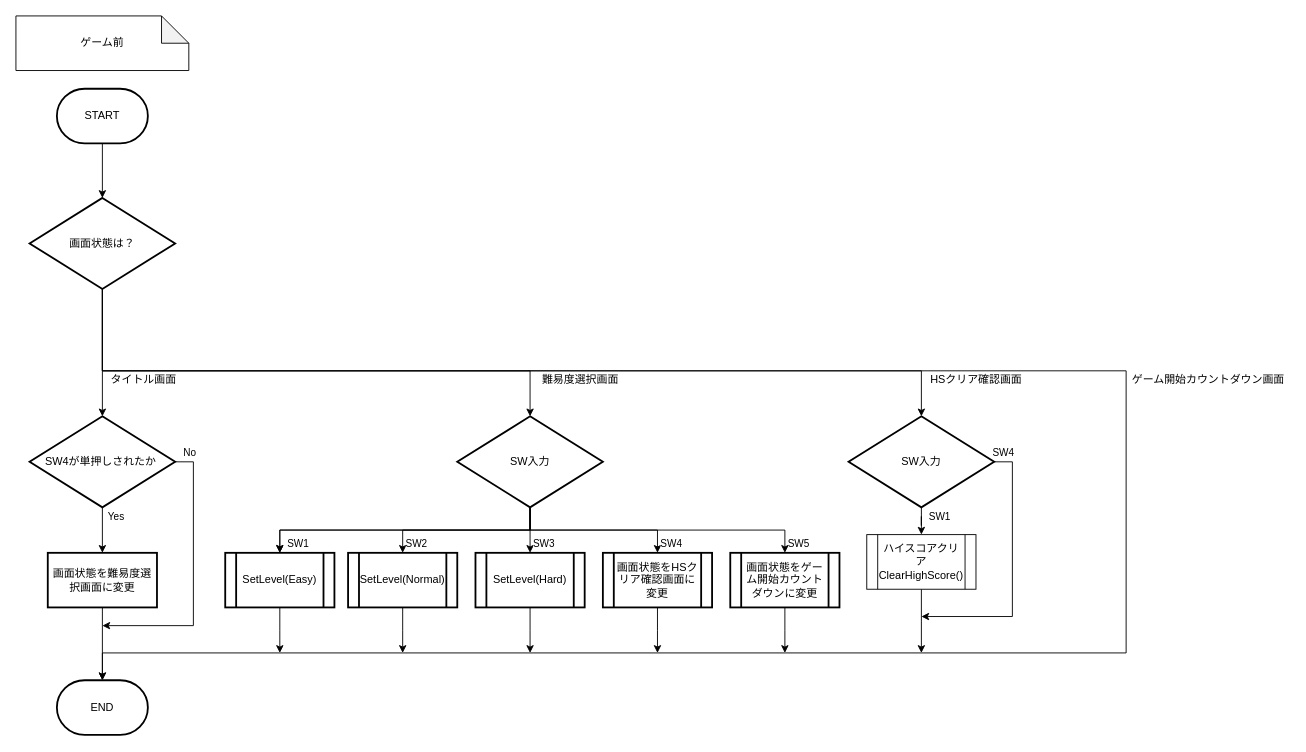
Earlier version of the draw.io diagram page "ゲーム前" (2 of 2) of 資料/設計書/フローチャート/モグラ叩き_フローチャート_ゲーム前.drawio (hakohumi/comp.train.whack-a-mole). Source tidied: cells renumbered, new cells numbered last; positions are measured from the earlier drawing's top-left corner, leaving out a move shared by most shapes. Both pictures are drawn from the tidied source at 91%, with x=0, y=0 at pixel (15, 15).
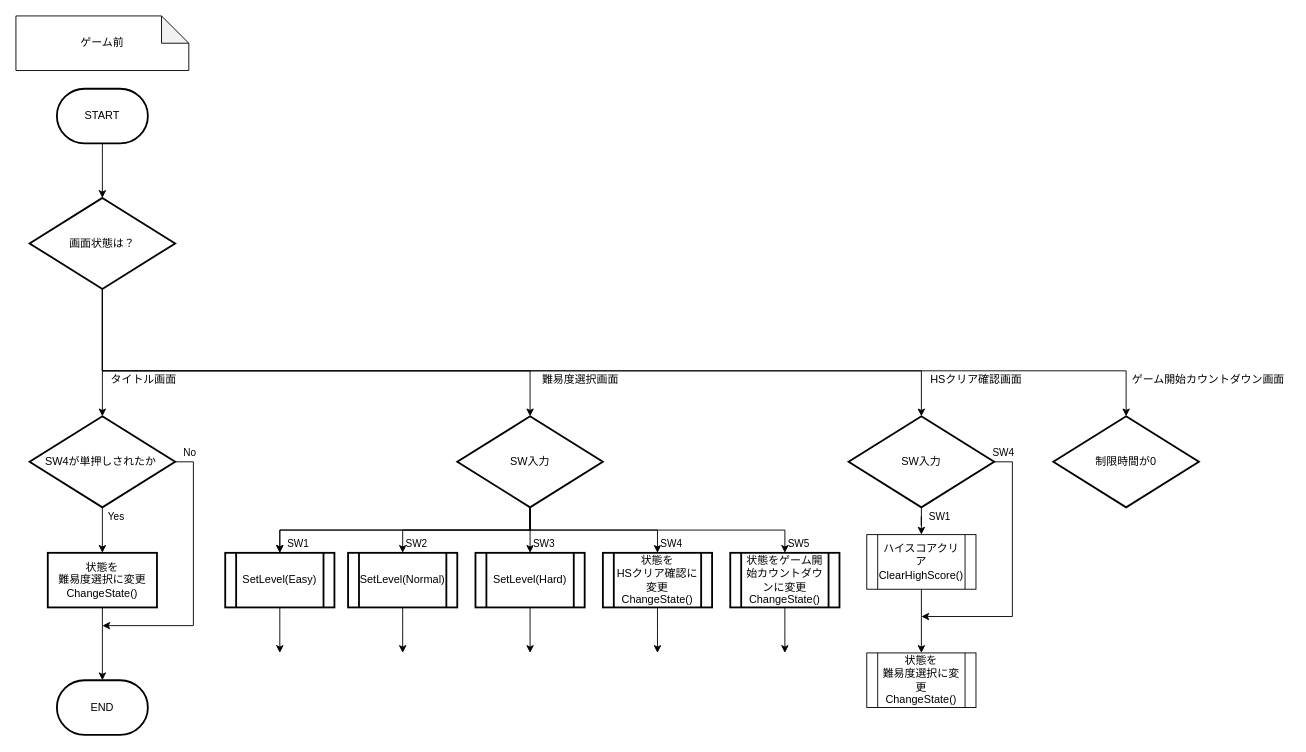
Above is the later version.

Commit message:
設計書/フローチャート_ゲーム前

Unchanged cells that the change refers to:
```xml
<mxCell id="9" value="画面状態は？" style="strokeWidth=2;html=1;shape=mxgraph.flowchart.decision;whiteSpace=wrap;" parent="1" vertex="1">
  <mxGeometry x="15" y="200" width="160" height="100" as="geometry" />
</mxCell>
<mxCell id="15" value="ハイスコアクリア&lt;br&gt;ClearHighScore()" style="shape=process;whiteSpace=wrap;html=1;backgroundOutline=1;" parent="1" vertex="1">
  <mxGeometry x="935" y="570" width="120" height="60" as="geometry" />
</mxCell>
<mxCell id="16" value="END" style="strokeWidth=2;html=1;shape=mxgraph.flowchart.terminator;whiteSpace=wrap;" parent="1" vertex="1">
  <mxGeometry x="45" y="730" width="100" height="60" as="geometry" />
</mxCell>
```

What changed in the source:
```diff
@@
-    <mxCell id="8" style="edgeStyle=orthogonalEdgeStyle;rounded=0;jettySize=auto;html=1;entryX=0.5;entryY=0;entryDx=0;entryDy=0;entryPerimeter=0;exitX=0.5;exitY=1;exitDx=0;exitDy=0;exitPerimeter=0;" parent="1" edge="1" source="9" target="16">
+    <mxCell id="8" style="edgeStyle=orthogonalEdgeStyle;rounded=0;jettySize=auto;html=1;exitX=0.5;exitY=1;exitDx=0;exitDy=0;exitPerimeter=0;entryX=0.5;entryY=0;entryDx=0;entryDy=0;entryPerimeter=0;" parent="1" edge="1" source="9" target="42">
       <mxGeometry relative="1" as="geometry">
         <Array as="points">
           <mxPoint x="95" y="390" />
           <mxPoint x="1220" y="390" />
-          <mxPoint x="1220" y="700" />
-          <mxPoint x="95" y="700" />
         </Array>
       </mxGeometry>
     </mxCell>
@@
-    <mxCell id="14" style="edgeStyle=orthogonalEdgeStyle;rounded=0;jettySize=auto;html=1;" parent="1" edge="1" source="15">
-      <mxGeometry relative="1" as="geometry">
-        <mxPoint x="995" y="700" as="targetPoint" />
-      </mxGeometry>
+    <mxCell id="14" style="edgeStyle=orthogonalEdgeStyle;rounded=0;jettySize=auto;html=1;entryX=0.5;entryY=0;entryDx=0;entryDy=0;" parent="1" edge="1" source="15" target="43">
+      <mxGeometry relative="1" as="geometry" />
     </mxCell>
@@
-    <mxCell id="20" value="画面状態を難易度選択画面に変更" style="whiteSpace=wrap;html=1;strokeWidth=2;" parent="1" vertex="1">
+    <mxCell id="20" value="状態を&lt;br&gt;難易度選択に変更&lt;br&gt;ChangeState()" style="whiteSpace=wrap;html=1;strokeWidth=2;" parent="1" vertex="1">
       <mxGeometry x="35" y="590" width="120" height="60" as="geometry" />
     </mxCell>
@@
-    <mxCell id="35" value="画面状態をHSクリア確認画面に変更" style="shape=process;whiteSpace=wrap;html=1;backgroundOutline=1;strokeWidth=2;" parent="1" vertex="1">
+    <mxCell id="35" value="状態を&lt;br&gt;HSクリア確認に変更&lt;br&gt;ChangeState()" style="shape=process;whiteSpace=wrap;html=1;backgroundOutline=1;strokeWidth=2;" parent="1" vertex="1">
       <mxGeometry x="645" y="590" width="120" height="60" as="geometry" />
     </mxCell>
@@
-    <mxCell id="37" value="画面状態をゲーム開始カウントダウンに変更" style="shape=process;whiteSpace=wrap;html=1;backgroundOutline=1;strokeWidth=2;" parent="1" vertex="1">
+    <mxCell id="37" value="状態をゲーム開始カウントダウンに変更&lt;br&gt;ChangeState()" style="shape=process;whiteSpace=wrap;html=1;backgroundOutline=1;strokeWidth=2;" parent="1" vertex="1">
       <mxGeometry x="785" y="590" width="120" height="60" as="geometry" />
     </mxCell>
@@
+    <mxCell id="42" value="制限時間が0" style="strokeWidth=2;html=1;shape=mxgraph.flowchart.decision;whiteSpace=wrap;" parent="1" vertex="1">
+      <mxGeometry x="1140" y="440" width="160" height="100" as="geometry" />
+    </mxCell>
+    <mxCell id="43" value="状態を&lt;br&gt;難易度選択に変更&lt;br&gt;ChangeState()" style="shape=process;whiteSpace=wrap;html=1;backgroundOutline=1;" parent="1" vertex="1">
+      <mxGeometry x="935" y="700" width="120" height="60" as="geometry" />
+    </mxCell>
```
